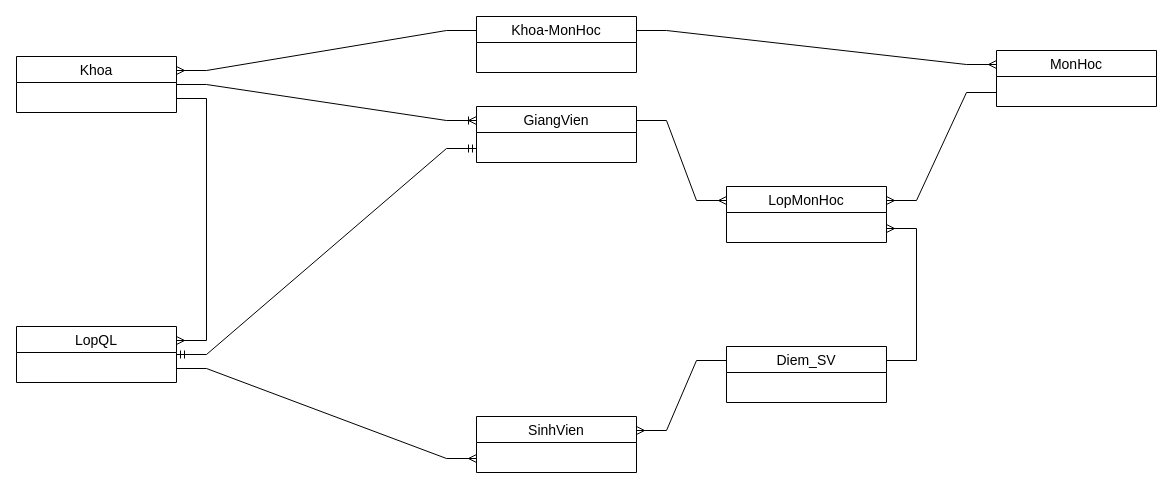
This is diagram.drawio from duyhelloworld/qlsinhvien-netcore, a draw.io file, before an edit. Source tidied: cells renumbered, new cells numbered last; positions are measured from the earlier drawing's top-left corner, leaving out a move shared by most shapes. Both pictures are drawn from the tidied source at 100%, with x=0, y=0 at pixel (16, 16).
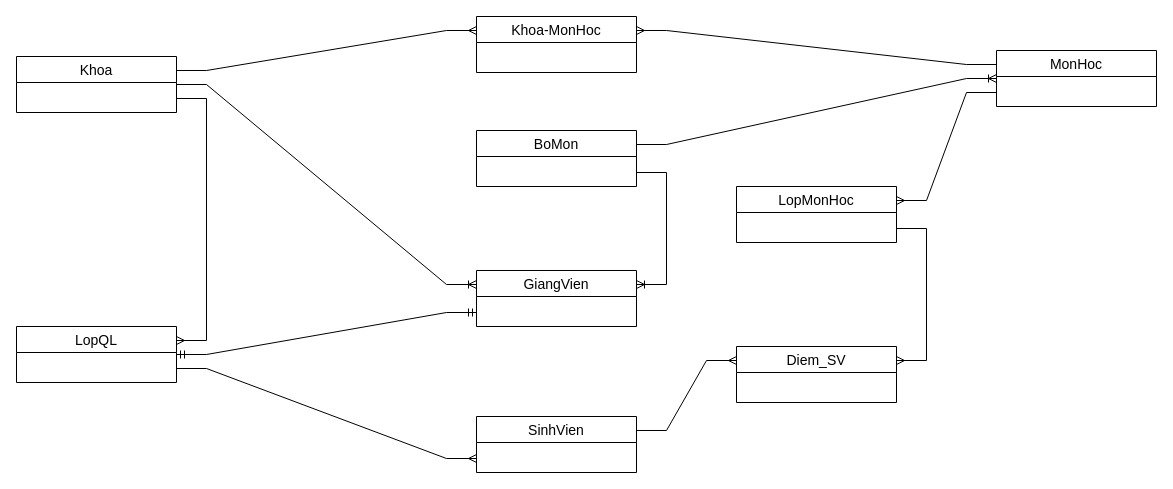
After the change.

Commit message:
thêm thực thể bộ môn và sửa lại vài liên kết

The change refers to these unchanged cells:
```xml
<mxCell id="2" value="SinhVien" style="swimlane;fontStyle=0;horizontal=1;startSize=26;align=center;fontSize=14;" parent="1" vertex="1">
  <mxGeometry x="460" y="400" width="160" height="56" as="geometry" />
</mxCell>
<mxCell id="5" value="MonHoc" style="swimlane;fontStyle=0;horizontal=1;startSize=26;align=center;fontSize=14;" parent="1" vertex="1">
  <mxGeometry x="980" y="34" width="160" height="56" as="geometry" />
</mxCell>
<mxCell id="6" value="Khoa" style="swimlane;fontStyle=0;horizontal=1;startSize=26;align=center;fontSize=14;" parent="1" vertex="1">
  <mxGeometry y="40" width="160" height="56" as="geometry" />
</mxCell>
<mxCell id="16" value="Khoa-MonHoc" style="swimlane;fontStyle=0;horizontal=1;startSize=26;align=center;fontSize=14;" parent="1" vertex="1">
  <mxGeometry x="460" width="160" height="56" as="geometry" />
</mxCell>
```

What changed in the source:
```diff
@@
     <mxCell id="4" value="GiangVien" style="swimlane;fontStyle=0;horizontal=1;startSize=26;align=center;fontSize=14;" parent="1" vertex="1">
-      <mxGeometry x="460" y="90" width="160" height="56" as="geometry" />
+      <mxGeometry x="460" y="254" width="160" height="56" as="geometry" />
     </mxCell>
@@
-    <mxCell id="9" style="edgeStyle=entityRelationEdgeStyle;fontSize=12;html=1;endArrow=ERmany;startArrow=none;rounded=0;entryX=1;entryY=0.75;entryDx=0;entryDy=0;exitX=1;exitY=0.25;exitDx=0;exitDy=0;" parent="1" edge="1" source="10" target="12">
+    <mxCell id="9" style="edgeStyle=entityRelationEdgeStyle;fontSize=12;html=1;endArrow=ERmany;startArrow=none;rounded=0;exitX=1;exitY=0.75;exitDx=0;exitDy=0;entryX=1;entryY=0.25;entryDx=0;entryDy=0;" parent="1" edge="1" source="12" target="10">
       <mxGeometry relative="1" as="geometry" />
     </mxCell>
     <mxCell id="10" value="Diem_SV" style="swimlane;fontStyle=0;horizontal=1;startSize=26;align=center;fontSize=14;" parent="1" vertex="1">
-      <mxGeometry x="710" y="330" width="160" height="56" as="geometry" />
+      <mxGeometry x="720" y="330" width="160" height="56" as="geometry" />
     </mxCell>
-    <mxCell id="11" style="edgeStyle=entityRelationEdgeStyle;fontSize=12;html=1;endArrow=none;startArrow=ERmany;rounded=0;entryX=0;entryY=0.25;entryDx=0;entryDy=0;exitX=1;exitY=0.25;exitDx=0;exitDy=0;" parent="1" edge="1" source="2" target="10">
+    <mxCell id="11" style="edgeStyle=entityRelationEdgeStyle;fontSize=12;html=1;endArrow=none;startArrow=ERmany;rounded=0;entryX=1;entryY=0.25;entryDx=0;entryDy=0;exitX=0;exitY=0.25;exitDx=0;exitDy=0;" parent="1" edge="1" source="10" target="2">
       <mxGeometry relative="1" as="geometry" />
     </mxCell>
     <mxCell id="12" value="LopMonHoc" style="swimlane;fontStyle=0;horizontal=1;startSize=26;align=center;fontSize=14;" parent="1" vertex="1">
-      <mxGeometry x="710" y="170" width="160" height="56" as="geometry" />
+      <mxGeometry x="720" y="170" width="160" height="56" as="geometry" />
     </mxCell>
-    <mxCell id="13" style="edgeStyle=entityRelationEdgeStyle;fontSize=12;html=1;endArrow=ERmany;rounded=0;exitX=1;exitY=0.25;exitDx=0;exitDy=0;entryX=0;entryY=0.25;entryDx=0;entryDy=0;" parent="1" edge="1" source="4" target="12">
-      <mxGeometry relative="1" as="geometry" />
-    </mxCell>
@@
-    <mxCell id="17" style="edgeStyle=entityRelationEdgeStyle;fontSize=12;html=1;endArrow=ERmany;rounded=0;exitX=0;exitY=0.25;exitDx=0;exitDy=0;entryX=1;entryY=0.25;entryDx=0;entryDy=0;" parent="1" edge="1" source="16" target="6">
+    <mxCell id="17" style="edgeStyle=entityRelationEdgeStyle;fontSize=12;html=1;endArrow=ERmany;rounded=0;exitX=1;exitY=0.25;exitDx=0;exitDy=0;entryX=0;entryY=0.25;entryDx=0;entryDy=0;" parent="1" edge="1" source="6" target="16">
       <mxGeometry relative="1" as="geometry" />
     </mxCell>
-    <mxCell id="18" style="edgeStyle=entityRelationEdgeStyle;fontSize=12;html=1;endArrow=ERmany;rounded=0;exitX=1;exitY=0.25;exitDx=0;exitDy=0;entryX=0;entryY=0.25;entryDx=0;entryDy=0;" parent="1" edge="1" source="16" target="5">
+    <mxCell id="18" style="edgeStyle=entityRelationEdgeStyle;fontSize=12;html=1;endArrow=ERmany;rounded=0;entryX=1;entryY=0.25;entryDx=0;entryDy=0;exitX=0;exitY=0.25;exitDx=0;exitDy=0;" parent="1" edge="1" source="5" target="16">
       <mxGeometry relative="1" as="geometry" />
     </mxCell>
@@
+    <mxCell id="20" value="BoMon" style="swimlane;fontStyle=0;horizontal=1;startSize=26;align=center;fontSize=14;" parent="1" vertex="1">
+      <mxGeometry x="460" y="114" width="160" height="56" as="geometry" />
+    </mxCell>
+    <mxCell id="21" style="edgeStyle=entityRelationEdgeStyle;fontSize=12;html=1;endArrow=ERoneToMany;rounded=0;entryX=1;entryY=0.25;entryDx=0;entryDy=0;exitX=1;exitY=0.75;exitDx=0;exitDy=0;" parent="1" edge="1" source="20" target="4">
+      <mxGeometry relative="1" as="geometry" />
+    </mxCell>
+    <mxCell id="22" style="edgeStyle=entityRelationEdgeStyle;fontSize=12;html=1;endArrow=ERoneToMany;rounded=0;entryX=0;entryY=0.5;entryDx=0;entryDy=0;exitX=1;exitY=0.25;exitDx=0;exitDy=0;" parent="1" edge="1" source="20" target="5">
+      <mxGeometry relative="1" as="geometry" />
+    </mxCell>
```
